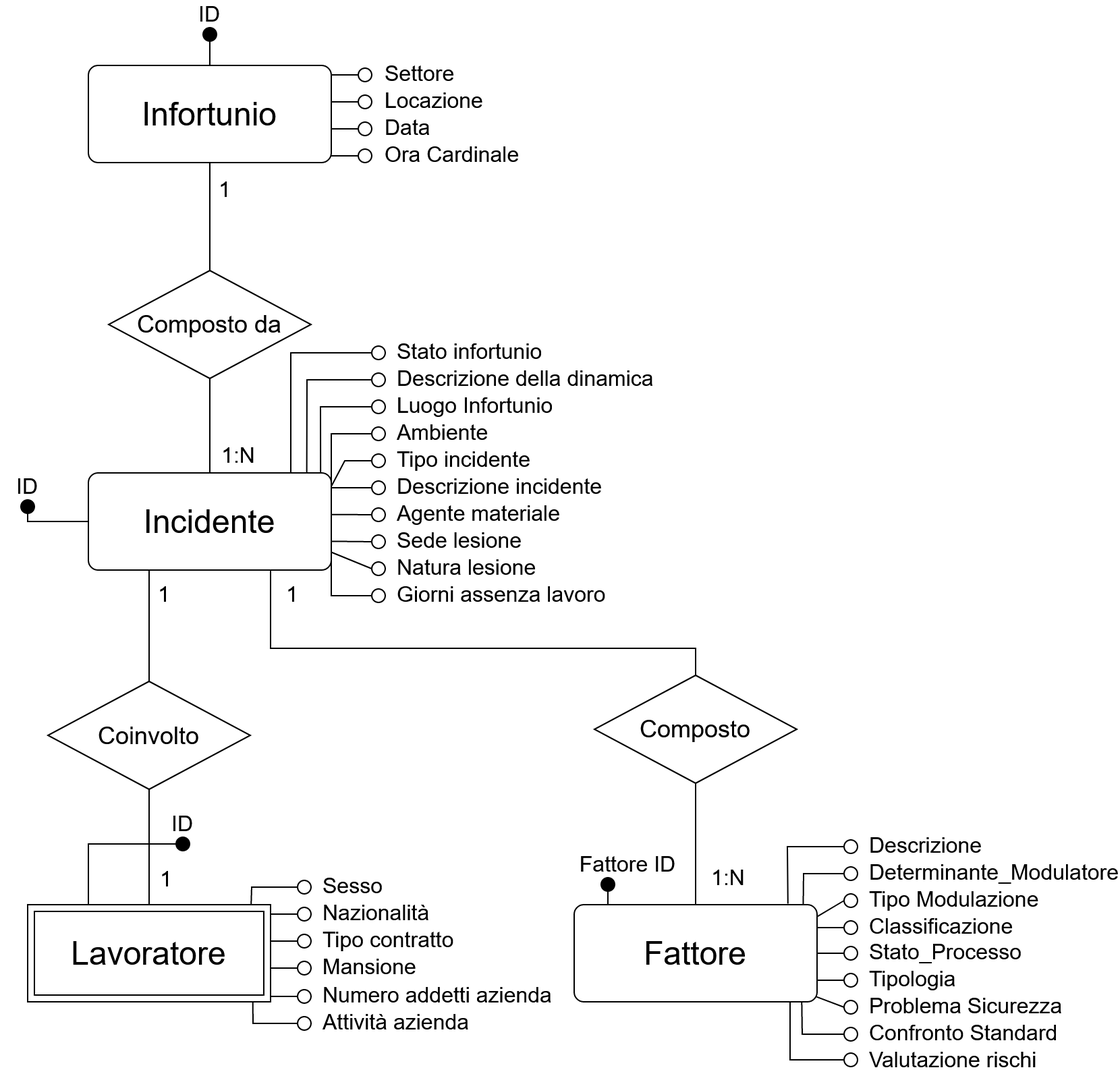
Above: assets/presentation/ER schema.png in Grozby/WrapperInformo (draw.io), before the change. Source tidied: cells renumbered, new cells last; positions are measured from the earlier drawing's top-left corner, leaving out a move shared by most shapes.
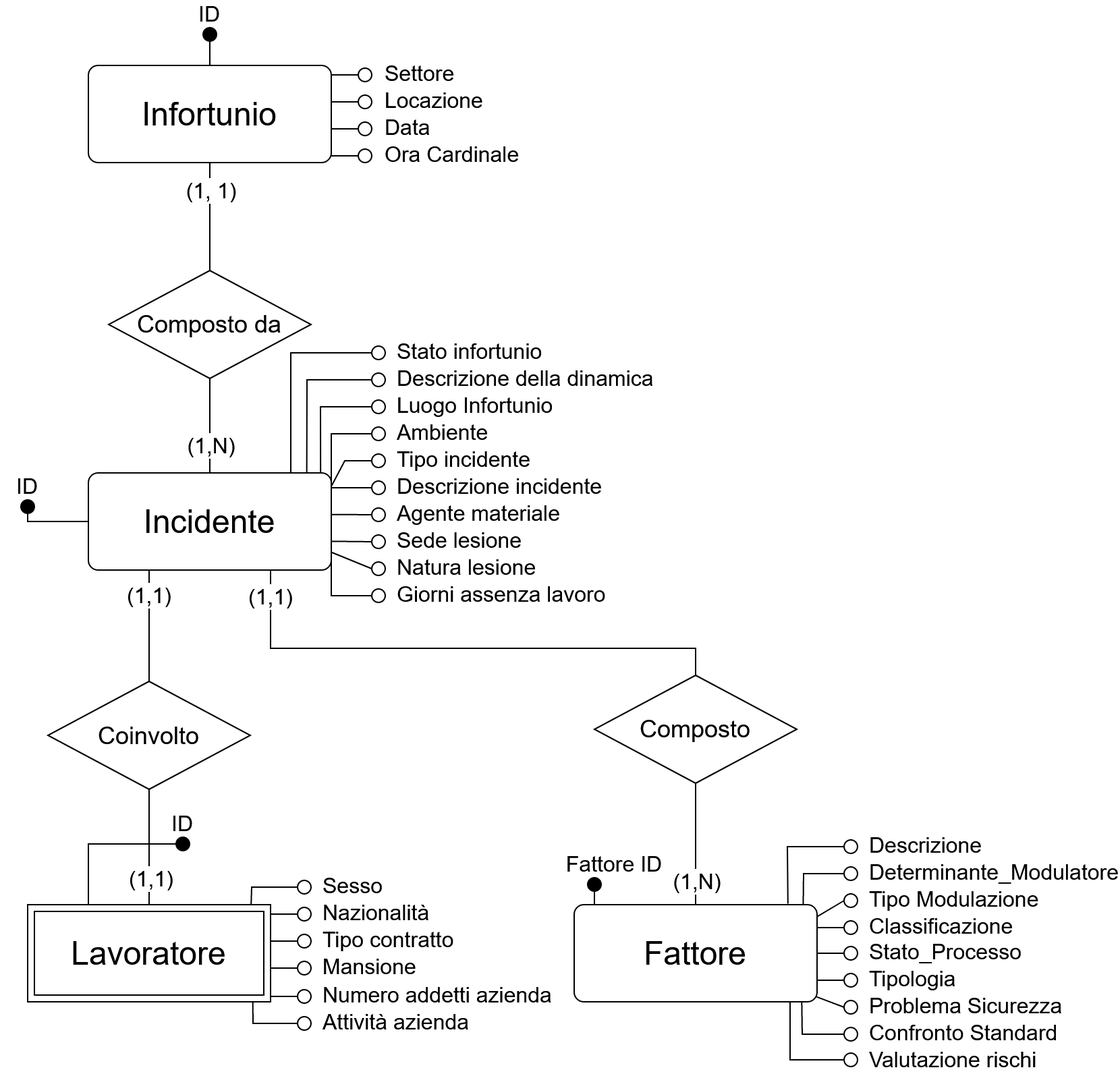
Above is the later version.

What changed in the source:
```diff
@@ -17,17 +17,17 @@
     <mxCell id="6" style="endArrow=none;html=1;rounded=0;exitX=0.5;exitY=0;exitDx=0;exitDy=0;entryX=0.5;entryY=0;entryDx=0;entryDy=0;" parent="1" edge="1" source="3" target="2">
       <mxGeometry relative="1" as="geometry" />
     </mxCell>
-    <mxCell id="7" value="1" style="edgeLabel;html=1;align=center;verticalAlign=middle;fontSize=16;" parent="6" vertex="1">
+    <mxCell id="7" value="(1, 1)" style="edgeLabel;html=1;align=center;verticalAlign=middle;fontSize=16;" parent="6" vertex="1">
       <mxGeometry x="-0.42" relative="1" as="geometry">
-        <mxPoint x="10" y="-3.3" as="offset" />
+        <mxPoint y="-3.3" as="offset" />
       </mxGeometry>
     </mxCell>
     <mxCell id="8" style="endArrow=none;html=1;rounded=0;exitX=0.5;exitY=1;exitDx=0;exitDy=0;entryX=0.5;entryY=1;entryDx=0;entryDy=0;" parent="1" edge="1" source="2" target="5">
       <mxGeometry relative="1" as="geometry" />
     </mxCell>
-    <mxCell id="9" value="&lt;div&gt;1:N&lt;/div&gt;" style="edgeLabel;html=1;align=center;verticalAlign=middle;fontSize=16;" parent="8" vertex="1">
+    <mxCell id="9" value="(1,N)" style="edgeLabel;html=1;align=center;verticalAlign=middle;fontSize=16;" parent="8" vertex="1">
       <mxGeometry x="0.59" y="1" relative="1" as="geometry">
-        <mxPoint x="19" as="offset" />
+        <mxPoint x="-1" y="-6" as="offset" />
       </mxGeometry>
     </mxCell>
     <mxCell id="10" value="&lt;font style=&quot;font-size: 18px&quot;&gt;Coinvolto&lt;/font&gt;" style="shape=rhombus;perimeter=rhombusPerimeter;whiteSpace=wrap;html=1;align=center;" parent="1" vertex="1">
@@ -36,9 +36,9 @@
     <mxCell id="11" style="endArrow=none;html=1;rounded=0;exitX=0.75;exitY=0;exitDx=0;exitDy=0;entryX=0.5;entryY=0;entryDx=0;entryDy=0;" parent="1" edge="1" source="5" target="10">
       <mxGeometry relative="1" as="geometry" />
     </mxCell>
-    <mxCell id="12" value="&lt;font style=&quot;font-size: 16px&quot;&gt;1&lt;/font&gt;" style="edgeLabel;html=1;align=center;verticalAlign=middle;" parent="11" vertex="1">
+    <mxCell id="12" value="&lt;font style=&quot;font-size: 16px&quot;&gt;(1,1)&lt;/font&gt;" style="edgeLabel;html=1;align=center;verticalAlign=middle;" parent="11" vertex="1">
       <mxGeometry x="-0.73" relative="1" as="geometry">
-        <mxPoint x="10" y="7" as="offset" />
+        <mxPoint x="-1" y="7" as="offset" />
       </mxGeometry>
     </mxCell>
     <mxCell id="13" style="endArrow=none;html=1;rounded=0;exitX=0.5;exitY=1;exitDx=0;exitDy=0;entryX=0.5;entryY=1;entryDx=0;entryDy=0;" parent="1" edge="1" target="10">
@@ -46,9 +46,9 @@
         <mxPoint x="110" y="670" as="sourcePoint" />
       </mxGeometry>
     </mxCell>
-    <mxCell id="14" value="&amp;nbsp;&lt;font style=&quot;font-size: 16px&quot;&gt;1&lt;/font&gt;" style="edgeLabel;html=1;align=center;verticalAlign=middle;" parent="13" vertex="1">
+    <mxCell id="14" value="&amp;nbsp;&lt;font style=&quot;font-size: 16px&quot;&gt;(1,1)&lt;/font&gt;" style="edgeLabel;html=1;align=center;verticalAlign=middle;" parent="13" vertex="1">
       <mxGeometry x="-0.37" y="1" relative="1" as="geometry">
-        <mxPoint x="11" y="7.2" as="offset" />
+        <mxPoint y="7.2" as="offset" />
       </mxGeometry>
     </mxCell>
     <mxCell id="15" value="&lt;font style=&quot;font-size: 18px&quot;&gt;Composto&lt;/font&gt;" style="shape=rhombus;perimeter=rhombusPerimeter;whiteSpace=wrap;html=1;align=center;" parent="1" vertex="1">
@@ -64,17 +64,17 @@
         </Array>
       </mxGeometry>
     </mxCell>
-    <mxCell id="17" value="&lt;font style=&quot;font-size: 16px&quot;&gt;1&lt;/font&gt;" style="edgeLabel;html=1;align=center;verticalAlign=middle;" parent="16" vertex="1">
+    <mxCell id="17" value="&lt;font style=&quot;font-size: 16px&quot;&gt;(1,1)&lt;/font&gt;" style="edgeLabel;html=1;align=center;verticalAlign=middle;" parent="16" vertex="1">
       <mxGeometry x="-0.73" relative="1" as="geometry">
-        <mxPoint x="15" y="-36.1" as="offset" />
+        <mxPoint x="-1" y="-35.1" as="offset" />
       </mxGeometry>
     </mxCell>
     <mxCell id="18" style="endArrow=none;html=1;rounded=0;entryX=0.5;entryY=1;entryDx=0;entryDy=0;exitX=0.5;exitY=1;exitDx=0;exitDy=0;" parent="1" edge="1" source="15" target="4">
       <mxGeometry relative="1" as="geometry" />
     </mxCell>
-    <mxCell id="19" value="&lt;font style=&quot;font-size: 16px&quot;&gt;1&lt;/font&gt;:N" style="edgeLabel;html=1;align=center;verticalAlign=middle;fontSize=16;" parent="18" vertex="1">
+    <mxCell id="19" value="(&lt;font style=&quot;font-size: 16px&quot;&gt;1&lt;/font&gt;,N)" style="edgeLabel;html=1;align=center;verticalAlign=middle;fontSize=16;" parent="18" vertex="1">
       <mxGeometry x="-0.73" relative="1" as="geometry">
-        <mxPoint x="23.3" y="57.6" as="offset" />
+        <mxPoint y="60.6" as="offset" />
       </mxGeometry>
     </mxCell>
     <mxCell id="20" style="ellipse;whiteSpace=wrap;html=1;align=center;fontSize=16;fillColor=#000000;" parent="1" vertex="1">
@@ -360,16 +360,16 @@
       <mxGeometry x="237" y="747" width="178" height="20" as="geometry" />
     </mxCell>
     <mxCell id="90" style="ellipse;whiteSpace=wrap;html=1;align=center;fontSize=16;fillColor=#000000;" parent="1" vertex="1">
-      <mxGeometry x="445" y="650" width="10" height="10" as="geometry" />
+      <mxGeometry x="435" y="650" width="10" height="10" as="geometry" />
     </mxCell>
     <mxCell id="91" style="endArrow=none;html=1;rounded=0;fontSize=16;" parent="1" edge="1">
       <mxGeometry relative="1" as="geometry">
-        <mxPoint x="450" y="660" as="sourcePoint" />
-        <mxPoint x="450" y="670" as="targetPoint" />
+        <mxPoint x="440" y="660" as="sourcePoint" />
+        <mxPoint x="440" y="670" as="targetPoint" />
       </mxGeometry>
     </mxCell>
     <mxCell id="92" value="Fattore ID" style="text;html=1;strokeColor=none;fillColor=none;align=center;verticalAlign=middle;whiteSpace=wrap;rounded=0;fontSize=16;" parent="1" vertex="1">
-      <mxGeometry x="425" y="630" width="80" height="20" as="geometry" />
+      <mxGeometry x="415" y="630" width="80" height="20" as="geometry" />
     </mxCell>
     <mxCell id="93" style="ellipse;whiteSpace=wrap;html=1;align=left;fontSize=16;" parent="1" vertex="1">
       <mxGeometry x="625" y="622" width="10" height="10" as="geometry" />
```
